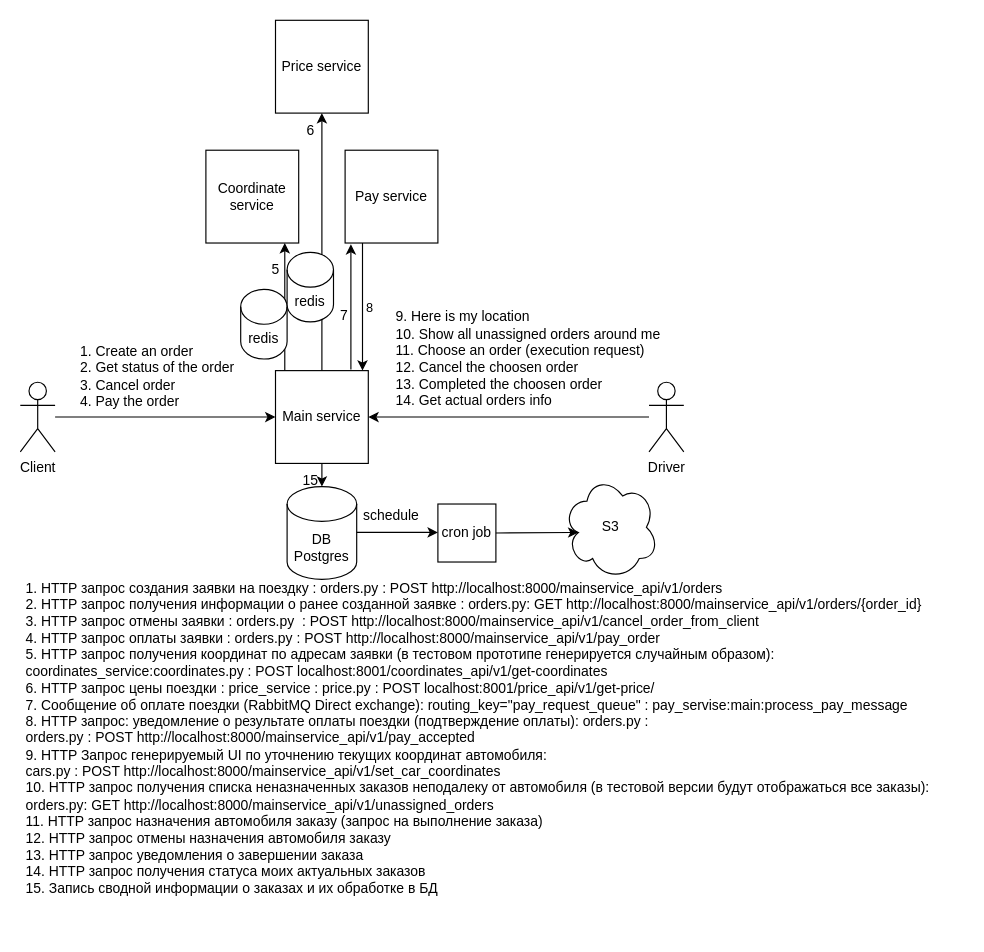
Before: Architecture.drawio in slava-polushin/python_advanced_1, a draw.io diagram. Source tidied: cells renumbered, new cells numbered last; positions are measured from the earlier drawing's top-left corner, leaving out a move shared by most shapes. Both pictures are drawn from the tidied source at 116%, with x=0, y=0 at pixel (20, 20).
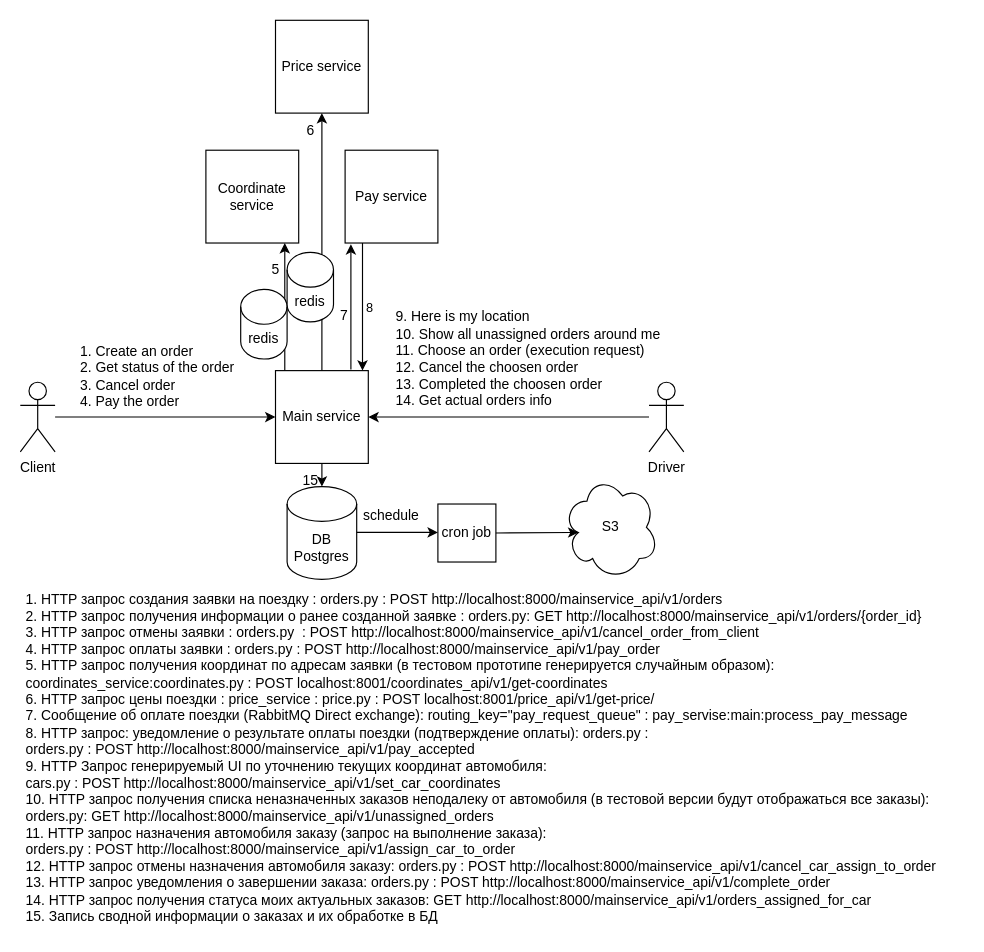
After the change.

Commit message (it also covers changes not shown here):
Завершена разработка REST API (по пункт №14 в схеме Architecture.drawio; в указанная схема дополнена комментариями со ссылкой на реализующие функциональность процедуры)

What changed in the source:
```diff
@@
-    <mxCell id="28" value="1. HTTP запрос создания заявки на поездку&amp;nbsp;: orders.py&amp;nbsp;:&amp;nbsp;POST http://localhost:8000/mainservice_api/v1/orders&lt;br&gt;2. HTTP запрос получения информации о ранее созданной заявке&amp;nbsp;: orders.py:&amp;nbsp;GET http://localhost:8000/mainservice_api/v1/orders/{order_id}&lt;br&gt;3. HTTP запрос отмены заявки&amp;nbsp;: orders.py&amp;nbsp;&amp;nbsp;: POST http://localhost:8000/mainservice_api/v1/cancel_order_from_client&lt;br&gt;4. HTTP запрос оплаты заявки&amp;nbsp;: orders.py : POST http://localhost:8000/mainservice_api/v1/pay_order&lt;br&gt;5. HTTP запрос получения координат по адресам заявки (в тестовом прототипе генерируется случайным образом):&lt;div&gt;coordinates_service:coordinates.py : POST&amp;nbsp;localhost:8001/coordinates_api/v1/get-coordinates&lt;br&gt;6. HTTP запрос цены поездки : price_service : price.py : POST localhost:8001/price_api/v1/get-price/&lt;br&gt;7. Сообщение об оплате поездки (RabbitMQ Direct exchange):&amp;nbsp;routing_key=&quot;pay_request_queue&quot; : pay_servise:main:process_pay_message&lt;br&gt;8. HTTP запрос: уведомление о результате оплаты поездки (подтверждение оплаты): orders.py :&amp;nbsp;&lt;br&gt;&lt;div&gt;&lt;span style=&quot;background-color: initial;&quot;&gt;orders.py :&amp;nbsp;&lt;/span&gt;POST http://localhost:8000/mainservice_api/v1/pay_accepted&lt;br&gt;9. HTTP Запрос генерируемый UI по уточнению текущих координат автомобиля:&amp;nbsp;&lt;/div&gt;&lt;div&gt;cars.py :&amp;nbsp;POST http://localhost:8000/mainservice_api/v1/set_car_coordinates&lt;br&gt;10. HTTP запрос получения списка неназначенных заказов неподалеку от автомобиля (в тестовой версии будут отображаться все заказы):&amp;nbsp;&lt;/div&gt;&lt;div&gt;orders.py:&amp;nbsp;GET&amp;nbsp;http://localhost:8000/mainservice_api/v1/unassigned_orders&lt;br&gt;&lt;div&gt;11. HTTP запрос назначения автомобиля заказу (запрос на выполнение заказа)&lt;br&gt;12. HTTP запрос отмены назначения автомобиля заказу&lt;/div&gt;&lt;div&gt;13. HTTP запрос уведомления о завершении заказа&lt;br&gt;&lt;div&gt;14.&lt;span style=&quot;background-color: initial;&quot;&gt;&amp;nbsp;&lt;/span&gt;&lt;span style=&quot;background-color: initial;&quot;&gt;HTTP запрос получения статуса моих актуальных заказов&lt;/span&gt;&lt;span style=&quot;background-color: initial;&quot;&gt;&amp;nbsp;&lt;/span&gt;&lt;/div&gt;&lt;div&gt;&lt;span style=&quot;background-color: initial;&quot;&gt;15. Запись сводной информации о заказах и их обработке в БД&lt;/span&gt;&lt;br&gt;&lt;/div&gt;&lt;/div&gt;&lt;/div&gt;&lt;/div&gt;" style="text;html=1;align=left;verticalAlign=middle;strokeColor=none;fillColor=none;" parent="1" vertex="1">
-      <mxGeometry x="3" y="474" width="810" height="290" as="geometry" />
+    <mxCell id="28" value="1. HTTP запрос создания заявки на поездку&amp;nbsp;: orders.py&amp;nbsp;:&amp;nbsp;POST http://localhost:8000/mainservice_api/v1/orders&lt;br&gt;2. HTTP запрос получения информации о ранее созданной заявке&amp;nbsp;: orders.py:&amp;nbsp;GET http://localhost:8000/mainservice_api/v1/orders/{order_id}&lt;br&gt;3. HTTP запрос отмены заявки&amp;nbsp;: orders.py&amp;nbsp;&amp;nbsp;: POST http://localhost:8000/mainservice_api/v1/cancel_order_from_client&lt;br&gt;4. HTTP запрос оплаты заявки&amp;nbsp;: orders.py : POST http://localhost:8000/mainservice_api/v1/pay_order&lt;br&gt;5. HTTP запрос получения координат по адресам заявки (в тестовом прототипе генерируется случайным образом):&lt;div&gt;coordinates_service:coordinates.py : POST&amp;nbsp;localhost:8001/coordinates_api/v1/get-coordinates&lt;br&gt;6. HTTP запрос цены поездки : price_service : price.py : POST localhost:8001/price_api/v1/get-price/&lt;br&gt;7. Сообщение об оплате поездки (RabbitMQ Direct exchange):&amp;nbsp;routing_key=&quot;pay_request_queue&quot; : pay_servise:main:process_pay_message&lt;br&gt;8. HTTP запрос: уведомление о результате оплаты поездки (подтверждение оплаты): orders.py :&amp;nbsp;&lt;br&gt;&lt;div&gt;&lt;span style=&quot;background-color: initial;&quot;&gt;orders.py :&amp;nbsp;&lt;/span&gt;POST http://localhost:8000/mainservice_api/v1/pay_accepted&lt;br&gt;9. HTTP Запрос генерируемый UI по уточнению текущих координат автомобиля:&amp;nbsp;&lt;/div&gt;&lt;div&gt;cars.py :&amp;nbsp;POST http://localhost:8000/mainservice_api/v1/set_car_coordinates&lt;br&gt;10. HTTP запрос получения списка неназначенных заказов неподалеку от автомобиля (в тестовой версии будут отображаться все заказы):&amp;nbsp;&lt;/div&gt;&lt;div&gt;orders.py:&amp;nbsp;GET&amp;nbsp;http://localhost:8000/mainservice_api/v1/unassigned_orders&lt;br&gt;&lt;div&gt;11. HTTP запрос назначения автомобиля заказу (запрос на выполнение заказа):&lt;/div&gt;&lt;div&gt;&lt;span style=&quot;background-color: initial;&quot;&gt;orders&lt;/span&gt;.py :&amp;nbsp;POST http://localhost:8000/mainservice_api/v1/assign_car_to_order&lt;br&gt;12. HTTP запрос отмены назначения автомобиля заказу:&amp;nbsp;&lt;span style=&quot;background-color: initial;&quot;&gt;orders&lt;/span&gt;&lt;span style=&quot;background-color: initial;&quot;&gt;.py :&amp;nbsp;POST http://localhost:8000/mainservice_api/v1/&lt;/span&gt;&lt;span style=&quot;background-color: initial;&quot;&gt;cancel_car_assign_to_order&lt;/span&gt;&lt;/div&gt;&lt;div&gt;13. HTTP запрос уведомления о завершении заказа:&amp;nbsp;&lt;span style=&quot;background-color: initial;&quot;&gt;orders&lt;/span&gt;&lt;span style=&quot;background-color: initial;&quot;&gt;.py :&amp;nbsp;POST http://localhost:8000/mainservice_api/v1/&lt;/span&gt;complete_order&lt;br&gt;&lt;div&gt;14.&lt;span style=&quot;background-color: initial;&quot;&gt;&amp;nbsp;&lt;/span&gt;&lt;span style=&quot;background-color: initial;&quot;&gt;HTTP запрос получения статуса моих актуальных заказов&lt;/span&gt;&lt;span style=&quot;background-color: initial;&quot;&gt;:&amp;nbsp;GET&amp;nbsp;http://localhost:8000/mainservice_api/v1/&lt;/span&gt;&lt;span style=&quot;background-color: initial;&quot;&gt;orders_assigned_for_car&amp;nbsp;&lt;/span&gt;&lt;/div&gt;&lt;div&gt;&lt;span style=&quot;background-color: initial;&quot;&gt;15. Запись сводной информации о заказах и их обработке в БД&lt;/span&gt;&lt;br&gt;&lt;/div&gt;&lt;/div&gt;&lt;/div&gt;&lt;/div&gt;" style="text;html=1;align=left;verticalAlign=middle;strokeColor=none;fillColor=none;" parent="1" vertex="1">
+      <mxGeometry x="3" y="486" width="810" height="300" as="geometry" />
     </mxCell>
```
